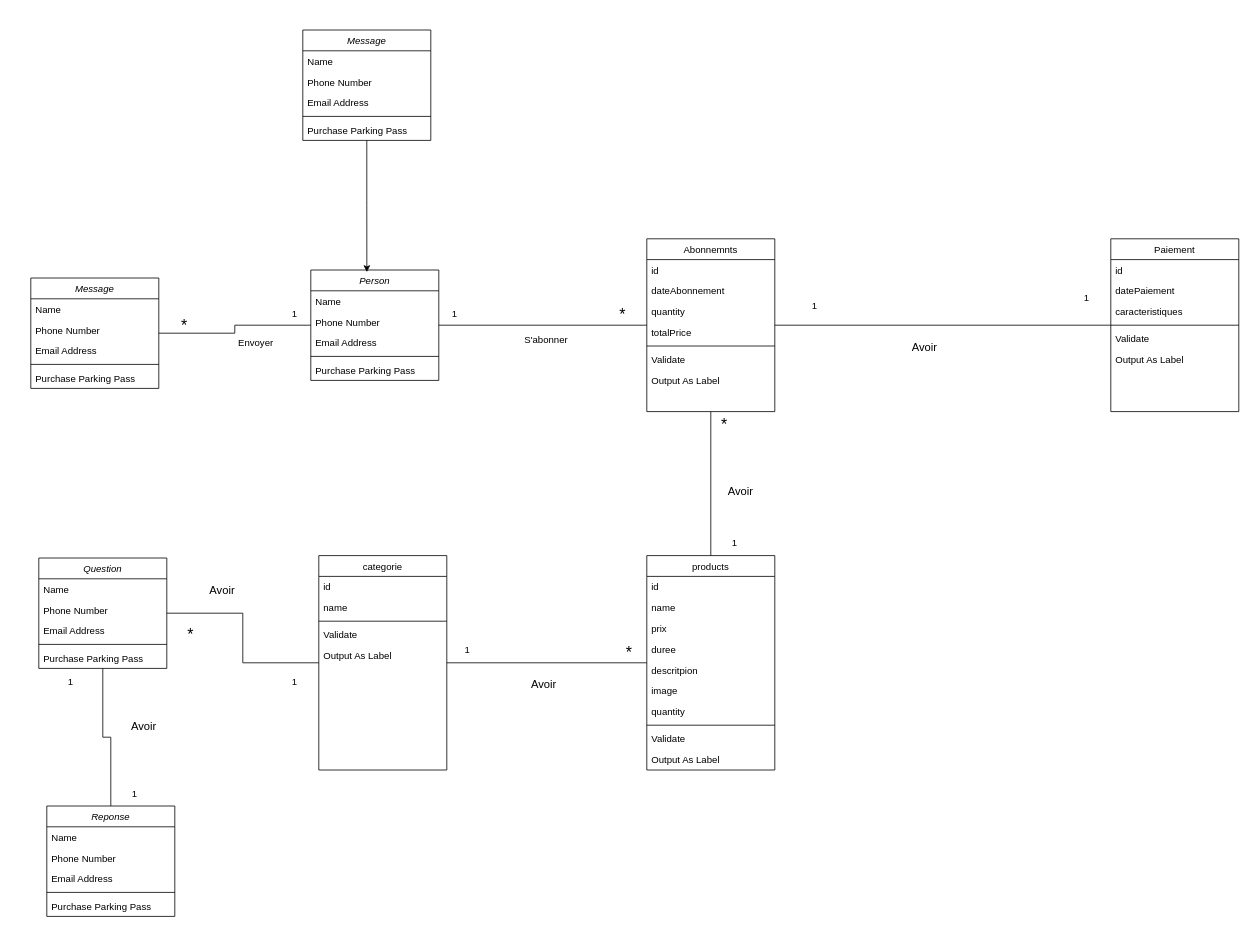
This is Diagramme sans nom.drawio from benbasse/Plateforme_streaming, a draw.io file, before an edit. Source tidied: cells renumbered, new cells numbered last; positions are measured from the earlier drawing's top-left corner, leaving out a move shared by most shapes. Both pictures are drawn from the tidied source at 80%, with x=0, y=0 at pixel (30, 30).
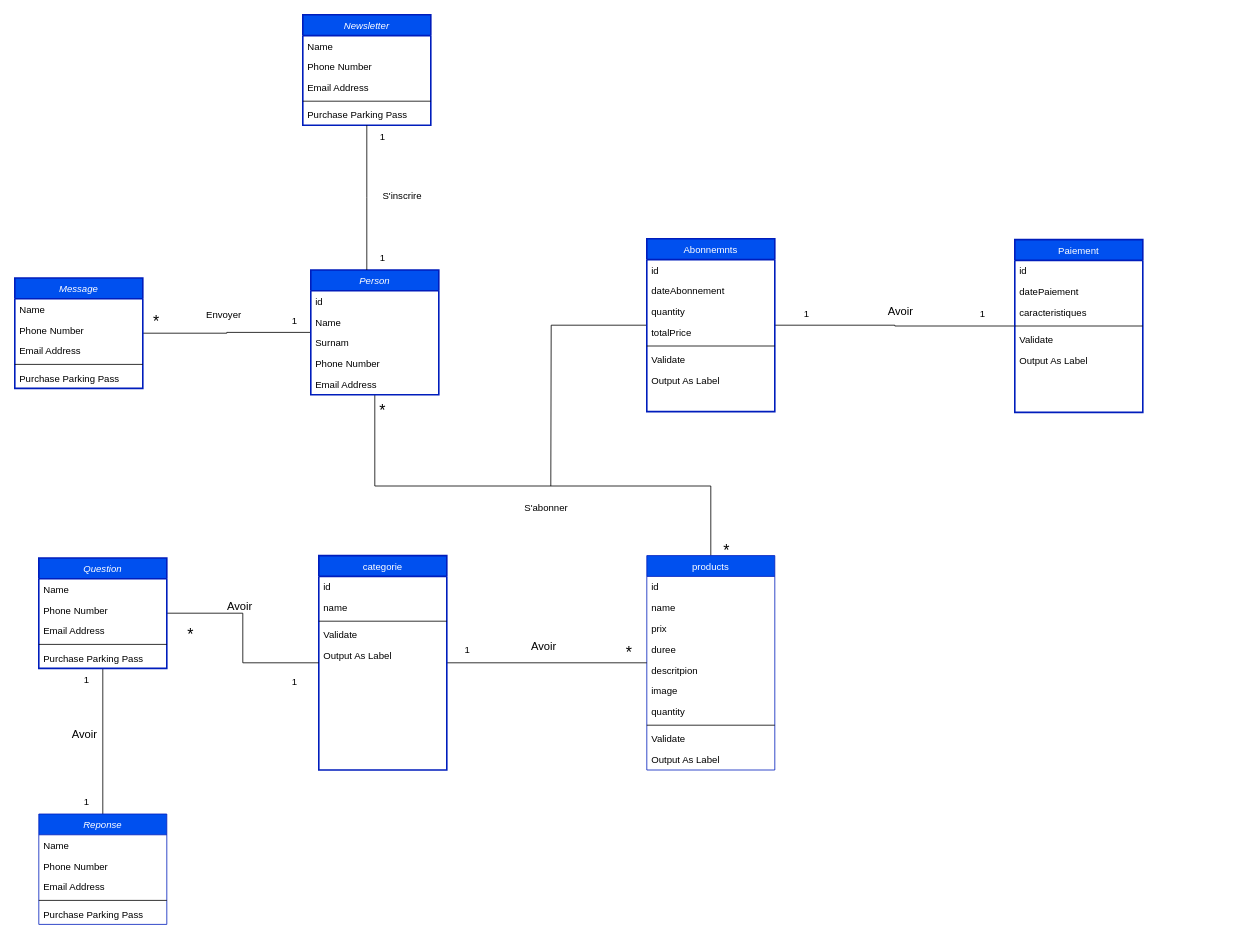
After the change.

Commit message (it also covers changes not shown here):
Mettre à jour Diagramme sans nom.drawio

Change to the diagram source:
```diff
@@
+    <mxCell id="93" style="edgeStyle=orthogonalEdgeStyle;rounded=0;jettySize=auto;html=1;endArrow=none;endFill=0;" parent="1" edge="1" source="3" target="9">
+      <mxGeometry relative="1" as="geometry">
+        <Array as="points">
+          <mxPoint x="430" y="570" />
+          <mxPoint x="850" y="570" />
+        </Array>
+      </mxGeometry>
+    </mxCell>
-    <mxCell id="3" value="Person" style="swimlane;fontStyle=2;align=center;verticalAlign=top;horizontal=1;startSize=26;rounded=0;shadow=0;strokeWidth=1;" parent="1" vertex="1">
-      <mxGeometry x="350" y="300" width="160" height="138" as="geometry" />
+    <mxCell id="3" value="Person" style="swimlane;fontStyle=2;align=center;verticalAlign=top;horizontal=1;startSize=26;rounded=0;shadow=0;strokeWidth=2;fillColor=#0050ef;fontColor=#ffffff;strokeColor=#001DBC;" parent="1" vertex="1">
+      <mxGeometry x="350" y="300" width="160" height="156" as="geometry" />
     </mxCell>
+    <mxCell id="94" value="id" style="text;align=left;verticalAlign=top;spacingLeft=4;spacingRight=4;overflow=hidden;" parent="3" vertex="1">
+      <mxGeometry y="26" width="160" height="26" as="geometry" />
+    </mxCell>
     <mxCell id="4" value="Name" style="text;align=left;verticalAlign=top;spacingLeft=4;spacingRight=4;overflow=hidden;" parent="3" vertex="1">
-      <mxGeometry y="26" width="160" height="26" as="geometry" />
+      <mxGeometry y="52" width="160" height="26" as="geometry" />
     </mxCell>
+    <mxCell id="95" value="Surnam" style="text;align=left;verticalAlign=top;spacingLeft=4;spacingRight=4;overflow=hidden;" parent="3" vertex="1">
+      <mxGeometry y="78" width="160" height="26" as="geometry" />
+    </mxCell>
     <mxCell id="5" value="Phone Number" style="text;align=left;verticalAlign=top;spacingLeft=4;spacingRight=4;overflow=hidden;rounded=0;shadow=0;html=0;" parent="3" vertex="1">
-      <mxGeometry y="52" width="160" height="26" as="geometry" />
+      <mxGeometry y="104" width="160" height="26" as="geometry" />
     </mxCell>
     <mxCell id="6" value="Email Address" style="text;align=left;verticalAlign=top;spacingLeft=4;spacingRight=4;overflow=hidden;rounded=0;shadow=0;html=0;" parent="3" vertex="1">
-      <mxGeometry y="78" width="160" height="26" as="geometry" />
+      <mxGeometry y="130" width="160" height="26" as="geometry" />
     </mxCell>
-    <mxCell id="7" style="line;html=1;strokeWidth=1;align=left;verticalAlign=middle;spacingTop=-1;spacingLeft=3;spacingRight=3;labelPosition=right;" parent="3" vertex="1">
-      <mxGeometry y="104" width="160" height="8" as="geometry" />
-    </mxCell>
-    <mxCell id="8" value="Purchase Parking Pass" style="text;align=left;verticalAlign=top;spacingLeft=4;spacingRight=4;overflow=hidden;" parent="3" vertex="1">
-      <mxGeometry y="112" width="160" height="26" as="geometry" />
-    </mxCell>
-    <mxCell id="9" value="products" style="swimlane;fontStyle=0;align=center;verticalAlign=top;horizontal=1;startSize=26;rounded=0;shadow=0;strokeWidth=1;" parent="1" vertex="1">
+    <mxCell id="9" value="products" style="swimlane;fontStyle=0;align=center;verticalAlign=top;horizontal=1;startSize=26;rounded=0;shadow=0;strokeWidth=1;fillColor=#0050ef;fontColor=#ffffff;strokeColor=#001DBC;" parent="1" vertex="1">
       <mxGeometry x="770" y="657" width="160" height="268" as="geometry" />
     </mxCell>
@@
-    <mxCell id="20" value="&lt;font style=&quot;font-size: 20px;&quot;&gt;*&lt;/font&gt;" style="text;html=1;align=center;verticalAlign=middle;whiteSpace=wrap;rounded=0;" parent="1" vertex="1">
-      <mxGeometry x="710" y="340" width="60" height="30" as="geometry" />
-    </mxCell>
-    <mxCell id="21" value="1" style="text;html=1;align=center;verticalAlign=middle;whiteSpace=wrap;rounded=0;" parent="1" vertex="1">
-      <mxGeometry x="500" y="340" width="60" height="30" as="geometry" />
-    </mxCell>
-    <mxCell id="22" style="edgeStyle=orthogonalEdgeStyle;rounded=0;jettySize=auto;html=1;endArrow=none;endFill=0;" parent="1" edge="1" source="24" target="9">
-      <mxGeometry relative="1" as="geometry" />
-    </mxCell>
-    <mxCell id="23" style="edgeStyle=orthogonalEdgeStyle;rounded=0;jettySize=auto;html=1;endArrow=none;endFill=0;" parent="1" edge="1" source="24" target="3">
-      <mxGeometry relative="1" as="geometry" />
-    </mxCell>
+    <mxCell id="96" style="edgeStyle=orthogonalEdgeStyle;rounded=0;jettySize=auto;html=1;endArrow=none;endFill=0;" parent="1" edge="1" source="24">
+      <mxGeometry relative="1" as="geometry">
+        <mxPoint x="650" y="570" as="targetPoint" />
+      </mxGeometry>
+    </mxCell>
+    <mxCell id="97" style="edgeStyle=orthogonalEdgeStyle;rounded=0;jettySize=auto;html=1;endArrow=none;endFill=0;" parent="1" edge="1" source="24" target="36">
+      <mxGeometry relative="1" as="geometry" />
+    </mxCell>
-    <mxCell id="24" value="Abonnemnts" style="swimlane;fontStyle=0;align=center;verticalAlign=top;horizontal=1;startSize=26;rounded=0;shadow=0;strokeWidth=1;" parent="1" vertex="1">
+    <mxCell id="24" value="Abonnemnts" style="swimlane;fontStyle=0;align=center;verticalAlign=top;horizontal=1;startSize=26;rounded=0;shadow=0;strokeWidth=2;fillColor=#0050ef;fontColor=#ffffff;strokeColor=#001DBC;" parent="1" vertex="1">
       <mxGeometry x="770" y="261" width="160" height="216" as="geometry" />
     </mxCell>
@@
-    <mxCell id="32" value="1" style="text;html=1;align=center;verticalAlign=middle;whiteSpace=wrap;rounded=0;" parent="1" vertex="1">
-      <mxGeometry x="850" y="627" width="60" height="30" as="geometry" />
+    <mxCell id="32" value="&lt;font style=&quot;font-size: 20px;&quot;&gt;*&lt;/font&gt;" style="text;html=1;align=center;verticalAlign=middle;whiteSpace=wrap;rounded=0;" parent="1" vertex="1">
+      <mxGeometry x="840" y="635" width="60" height="30" as="geometry" />
     </mxCell>
     <mxCell id="33" value="&lt;font style=&quot;font-size: 20px;&quot;&gt;*&lt;/font&gt;" style="text;html=1;align=center;verticalAlign=middle;whiteSpace=wrap;rounded=0;" parent="1" vertex="1">
-      <mxGeometry x="837" y="477" width="60" height="30" as="geometry" />
+      <mxGeometry x="410" y="460" width="60" height="30" as="geometry" />
     </mxCell>
-    <mxCell id="34" value="&lt;font style=&quot;font-size: 14px;&quot;&gt;Avoir&lt;/font&gt;" style="text;html=1;align=center;verticalAlign=middle;labelBackgroundColor=none;rounded=0;shadow=0;strokeWidth=1;fontSize=12;" parent="1" vertex="1">
-      <mxGeometry x="890" y="570" as="geometry">
-        <mxPoint x="-4" y="6" as="offset" />
-      </mxGeometry>
-    </mxCell>
-    <mxCell id="35" style="edgeStyle=orthogonalEdgeStyle;rounded=0;jettySize=auto;html=1;endArrow=none;endFill=0;" parent="1" edge="1" source="36" target="24">
-      <mxGeometry relative="1" as="geometry" />
-    </mxCell>
-    <mxCell id="36" value="Paiement" style="swimlane;fontStyle=0;align=center;verticalAlign=top;horizontal=1;startSize=26;rounded=0;shadow=0;strokeWidth=1;" parent="1" vertex="1">
-      <mxGeometry x="1350" y="261" width="160" height="216" as="geometry" />
+    <mxCell id="36" value="Paiement" style="swimlane;fontStyle=0;align=center;verticalAlign=top;horizontal=1;startSize=26;rounded=0;shadow=0;strokeWidth=2;fillColor=#0050ef;fontColor=#ffffff;strokeColor=#001DBC;" parent="1" vertex="1">
+      <mxGeometry x="1230" y="262" width="160" height="216" as="geometry" />
     </mxCell>
@@
     <mxCell id="43" value="S'abonner" style="text;html=1;align=center;verticalAlign=middle;labelBackgroundColor=none;rounded=0;shadow=0;strokeWidth=1;fontSize=12;" parent="1" vertex="1">
-      <mxGeometry x="630" y="390" as="geometry">
+      <mxGeometry x="630" y="600" as="geometry">
         <mxPoint x="13" y="-3" as="offset" />
       </mxGeometry>
     </mxCell>
@@
-    <mxCell id="45" value="categorie" style="swimlane;fontStyle=0;align=center;verticalAlign=top;horizontal=1;startSize=26;rounded=0;shadow=0;strokeWidth=1;" parent="1" vertex="1">
+    <mxCell id="45" value="categorie" style="swimlane;fontStyle=0;align=center;verticalAlign=top;horizontal=1;startSize=26;rounded=0;shadow=0;strokeWidth=2;fillColor=#0050ef;fontColor=#ffffff;strokeColor=#001DBC;" parent="1" vertex="1">
       <mxGeometry x="360" y="657" width="160" height="268" as="geometry" />
     </mxCell>
@@
-    <mxCell id="53" value="Message" style="swimlane;fontStyle=2;align=center;verticalAlign=top;horizontal=1;startSize=26;rounded=0;shadow=0;strokeWidth=1;" parent="1" vertex="1">
-      <mxGeometry y="310" width="160" height="138" as="geometry" />
+    <mxCell id="53" value="Message" style="swimlane;fontStyle=2;align=center;verticalAlign=top;horizontal=1;startSize=26;rounded=0;shadow=0;strokeWidth=2;fillColor=#0050ef;fontColor=#ffffff;strokeColor=#001DBC;" parent="1" vertex="1">
+      <mxGeometry x="-20" y="310" width="160" height="138" as="geometry" />
     </mxCell>
@@
-    <mxCell id="61" value="Question" style="swimlane;fontStyle=2;align=center;verticalAlign=top;horizontal=1;startSize=26;rounded=0;shadow=0;strokeWidth=1;" parent="1" vertex="1">
+    <mxCell id="61" value="Question" style="swimlane;fontStyle=2;align=center;verticalAlign=top;horizontal=1;startSize=26;rounded=0;shadow=0;strokeWidth=2;fillColor=#0050ef;fontColor=#ffffff;strokeColor=#001DBC;" parent="1" vertex="1">
       <mxGeometry x="10" y="660" width="160" height="138" as="geometry" />
     </mxCell>
@@
-    <mxCell id="67" value="Reponse" style="swimlane;fontStyle=2;align=center;verticalAlign=top;horizontal=1;startSize=26;rounded=0;shadow=0;strokeWidth=1;" parent="1" vertex="1">
-      <mxGeometry x="20" y="970" width="160" height="138" as="geometry" />
+    <mxCell id="67" value="Reponse" style="swimlane;fontStyle=2;align=center;verticalAlign=top;horizontal=1;startSize=26;rounded=0;shadow=0;strokeWidth=1;fillColor=#0050ef;fontColor=#ffffff;strokeColor=#001DBC;" parent="1" vertex="1">
+      <mxGeometry x="10" y="980" width="160" height="138" as="geometry" />
     </mxCell>
@@
     <mxCell id="75" value="1" style="text;html=1;align=center;verticalAlign=middle;whiteSpace=wrap;rounded=0;" parent="1" vertex="1">
-      <mxGeometry x="100" y="940" width="60" height="30" as="geometry" />
+      <mxGeometry x="40" y="950" width="60" height="30" as="geometry" />
     </mxCell>
     <mxCell id="76" value="1" style="text;html=1;align=center;verticalAlign=middle;whiteSpace=wrap;rounded=0;" parent="1" vertex="1">
-      <mxGeometry x="20" y="800" width="60" height="30" as="geometry" />
+      <mxGeometry x="40" y="798" width="60" height="30" as="geometry" />
     </mxCell>
     <mxCell id="77" value="1" style="text;html=1;align=center;verticalAlign=middle;whiteSpace=wrap;rounded=0;" parent="1" vertex="1">
-      <mxGeometry x="950" y="330" width="60" height="30" as="geometry" />
+      <mxGeometry x="940" y="340" width="60" height="30" as="geometry" />
     </mxCell>
     <mxCell id="78" value="1" style="text;html=1;align=center;verticalAlign=middle;whiteSpace=wrap;rounded=0;" parent="1" vertex="1">
-      <mxGeometry x="1290" y="320" width="60" height="30" as="geometry" />
+      <mxGeometry x="1160" y="340" width="60" height="30" as="geometry" />
     </mxCell>
     <mxCell id="79" value="&lt;font style=&quot;font-size: 14px;&quot;&gt;Avoir&lt;/font&gt;" style="text;html=1;align=center;verticalAlign=middle;labelBackgroundColor=none;rounded=0;shadow=0;strokeWidth=1;fontSize=12;" parent="1" vertex="1">
-      <mxGeometry x="1120" y="390" as="geometry">
+      <mxGeometry x="1090" y="345" as="geometry">
         <mxPoint x="-4" y="6" as="offset" />
       </mxGeometry>
     </mxCell>
     <mxCell id="80" value="&lt;font style=&quot;font-size: 14px;&quot;&gt;Avoir&lt;/font&gt;" style="text;html=1;align=center;verticalAlign=middle;labelBackgroundColor=none;rounded=0;shadow=0;strokeWidth=1;fontSize=12;" parent="1" vertex="1">
-      <mxGeometry x="1150" y="477" as="geometry">
+      <mxGeometry x="1150" y="430" as="geometry">
         <mxPoint x="-510" y="340" as="offset" />
       </mxGeometry>
     </mxCell>
     <mxCell id="81" value="&lt;font style=&quot;font-size: 14px;&quot;&gt;Avoir&lt;/font&gt;" style="text;html=1;align=center;verticalAlign=middle;labelBackgroundColor=none;rounded=0;shadow=0;strokeWidth=1;fontSize=12;" parent="1" vertex="1">
-      <mxGeometry x="748" y="360" as="geometry">
+      <mxGeometry x="770" y="379" as="geometry">
         <mxPoint x="-510" y="340" as="offset" />
       </mxGeometry>
     </mxCell>
     <mxCell id="82" value="Envoyer" style="text;html=1;align=center;verticalAlign=middle;labelBackgroundColor=none;rounded=0;shadow=0;strokeWidth=1;fontSize=12;" parent="1" vertex="1">
-      <mxGeometry x="790" y="50" as="geometry">
+      <mxGeometry x="750" y="16" as="geometry">
         <mxPoint x="-510" y="340" as="offset" />
       </mxGeometry>
     </mxCell>
     <mxCell id="83" value="&lt;font style=&quot;font-size: 14px;&quot;&gt;Avoir&lt;/font&gt;" style="text;html=1;align=center;verticalAlign=middle;labelBackgroundColor=none;rounded=0;shadow=0;strokeWidth=1;fontSize=12;" parent="1" vertex="1">
-      <mxGeometry x="650" y="530" as="geometry">
+      <mxGeometry x="576" y="540" as="geometry">
         <mxPoint x="-510" y="340" as="offset" />
       </mxGeometry>
     </mxCell>
-    <mxCell id="84" value="Message" style="swimlane;fontStyle=2;align=center;verticalAlign=top;horizontal=1;startSize=26;rounded=0;shadow=0;strokeWidth=1;" parent="1" vertex="1">
-      <mxGeometry x="340" width="160" height="138" as="geometry" />
+    <mxCell id="84" value="Newsletter" style="swimlane;fontStyle=2;align=center;verticalAlign=top;horizontal=1;startSize=26;rounded=0;shadow=0;strokeWidth=2;fillColor=#0050ef;fontColor=#ffffff;strokeColor=#001DBC;" parent="1" vertex="1">
+      <mxGeometry x="340" y="-19" width="160" height="138" as="geometry" />
     </mxCell>
@@
-    <mxCell id="90" style="edgeStyle=orthogonalEdgeStyle;rounded=0;jettySize=auto;html=1;entryX=0.438;entryY=0.019;entryDx=0;entryDy=0;entryPerimeter=0;" parent="1" edge="1" source="84" target="3">
-      <mxGeometry relative="1" as="geometry" />
+    <mxCell id="90" style="edgeStyle=orthogonalEdgeStyle;rounded=0;jettySize=auto;html=1;endArrow=none;endFill=0;" parent="1" edge="1" source="84">
+      <mxGeometry relative="1" as="geometry">
+        <mxPoint x="420" y="300" as="targetPoint" />
+      </mxGeometry>
     </mxCell>
     <mxCell id="91" value="&lt;font style=&quot;font-size: 20px;&quot;&gt;*&lt;/font&gt;" style="text;html=1;align=center;verticalAlign=middle;whiteSpace=wrap;rounded=0;" parent="1" vertex="1">
-      <mxGeometry x="162" y="354" width="60" height="30" as="geometry" />
+      <mxGeometry x="127" y="349" width="60" height="30" as="geometry" />
     </mxCell>
     <mxCell id="92" value="1" style="text;html=1;align=center;verticalAlign=middle;whiteSpace=wrap;rounded=0;" parent="1" vertex="1">
-      <mxGeometry x="300" y="340" width="60" height="30" as="geometry" />
+      <mxGeometry x="300" y="349" width="60" height="30" as="geometry" />
     </mxCell>
+    <mxCell id="98" value="1" style="text;html=1;align=center;verticalAlign=middle;whiteSpace=wrap;rounded=0;" parent="1" vertex="1">
+      <mxGeometry x="410" y="270" width="60" height="30" as="geometry" />
+    </mxCell>
+    <mxCell id="99" value="1" style="text;html=1;align=center;verticalAlign=middle;whiteSpace=wrap;rounded=0;" parent="1" vertex="1">
+      <mxGeometry x="410" y="119" width="60" height="30" as="geometry" />
+    </mxCell>
+    <mxCell id="100" value="S'inscrire" style="text;html=1;align=center;verticalAlign=middle;labelBackgroundColor=none;rounded=0;shadow=0;strokeWidth=1;fontSize=12;" parent="1" vertex="1">
+      <mxGeometry x="450" y="210" as="geometry">
+        <mxPoint x="13" y="-3" as="offset" />
+      </mxGeometry>
+    </mxCell>
```
